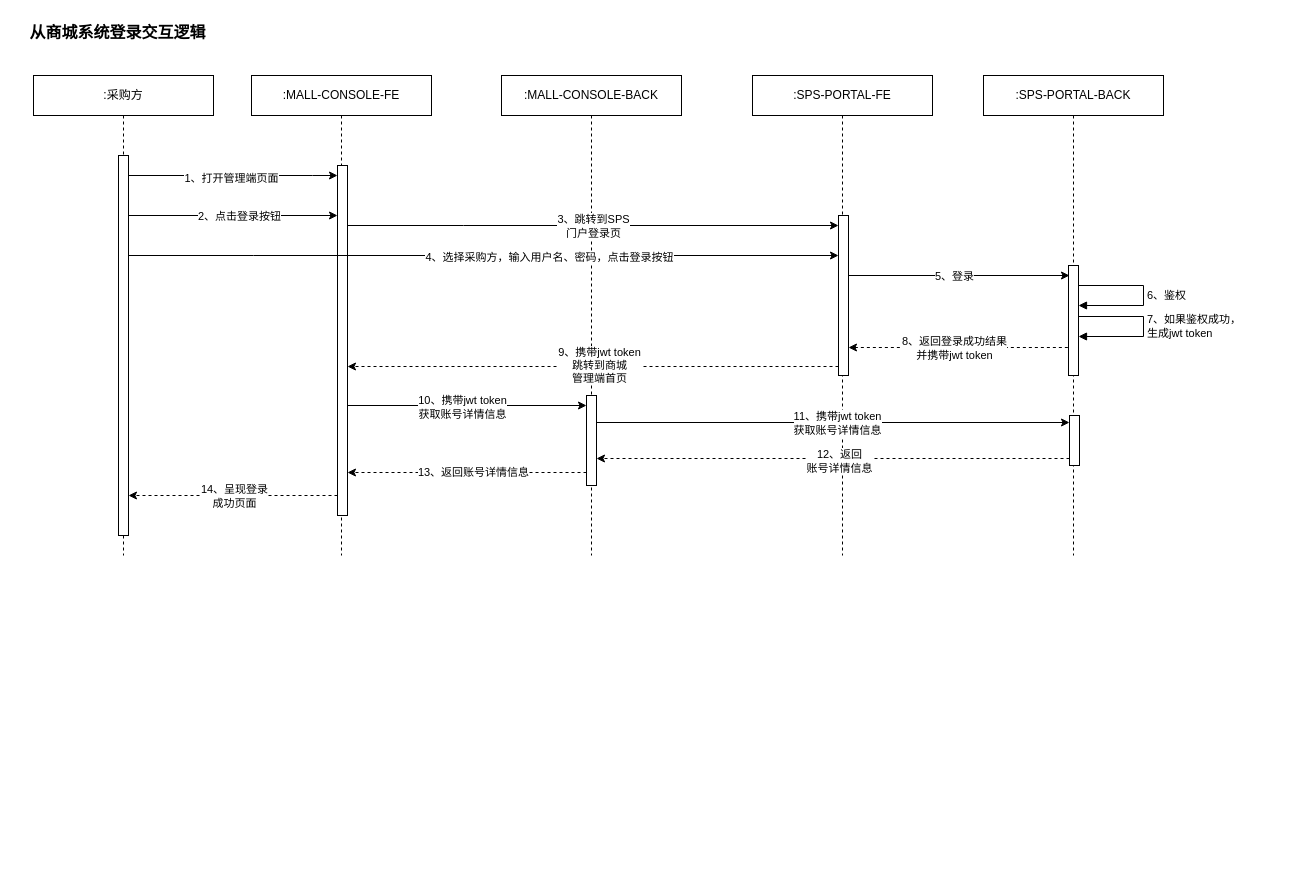
This is page "从商城系统登录交互逻辑" (2 of 2) of src/main/work/ncs/sunshine/20230518145410.drawio from ab-doc/draw.io, a draw.io file, before an edit. Source tidied: cells renumbered, new cells numbered last; positions are measured from the earlier drawing's top-left corner, leaving out a move shared by most shapes. Both pictures are drawn from the tidied source at 100%, with x=0, y=0 at pixel (17, 17).
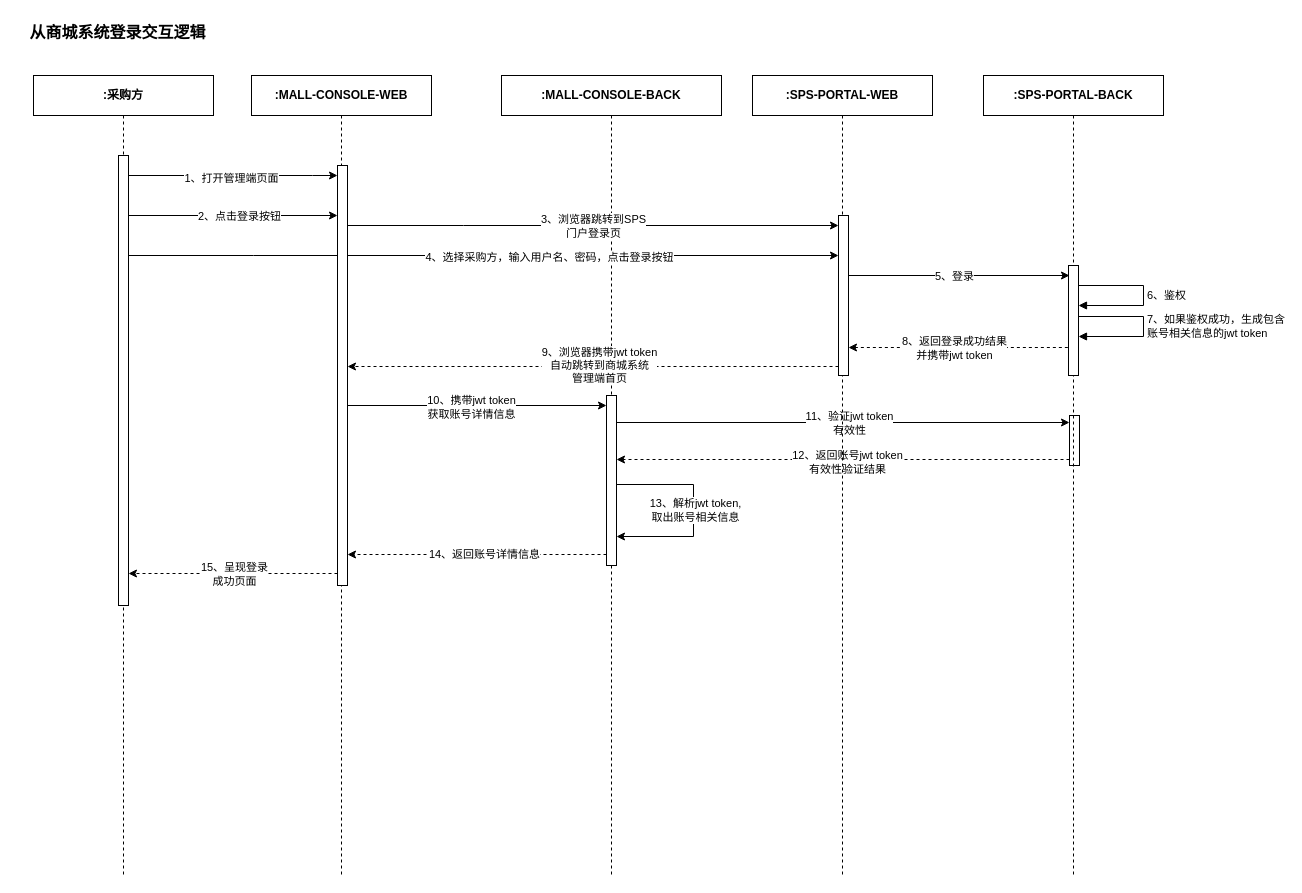
The same page after the edit.

The change refers to these unchanged cells:
```xml
<mxCell id="3" style="html=1;points=[];perimeter=orthogonalPerimeter;outlineConnect=0;targetShapes=umlLifeline;portConstraint=eastwest;newEdgeStyle={&quot;edgeStyle&quot;:&quot;elbowEdgeStyle&quot;,&quot;elbow&quot;:&quot;vertical&quot;,&quot;curved&quot;:0,&quot;rounded&quot;:0};" parent="2" vertex="1">
  <mxGeometry x="86" y="140" width="10" height="160" as="geometry" />
</mxCell>
<mxCell id="19" style="edgeStyle=elbowEdgeStyle;rounded=0;jettySize=auto;html=1;elbow=vertical;curved=0;" parent="1" edge="1" source="24" target="3">
  <mxGeometry relative="1" as="geometry">
    <Array as="points">
      <mxPoint x="446" y="208" />
    </Array>
  </mxGeometry>
</mxCell>
<mxCell id="33" style="edgeStyle=elbowEdgeStyle;rounded=0;orthogonalLoop=1;jettySize=auto;html=1;elbow=vertical;curved=0;dashed=1;" parent="1" edge="1">
  <mxGeometry relative="1" as="geometry">
    <mxPoint x="821" y="349" as="sourcePoint" />
    <mxPoint x="330" y="349" as="targetPoint" />
    <Array as="points">
      <mxPoint x="446" y="349" />
    </Array>
  </mxGeometry>
</mxCell>
```

Diff of the diagram source:
```diff
@@
+    <mxCell id="8" value="&lt;b&gt;:MALL-CONSOLE-BACK&lt;/b&gt;" style="shape=umlLifeline;perimeter=lifelinePerimeter;whiteSpace=wrap;html=1;newEdgeStyle={&quot;edgeStyle&quot;:&quot;elbowEdgeStyle&quot;,&quot;elbow&quot;:&quot;vertical&quot;,&quot;curved&quot;:0,&quot;rounded&quot;:0};" parent="1" vertex="1">
+      <mxGeometry x="484" y="58" width="220" height="800" as="geometry" />
+    </mxCell>
+    <mxCell id="40" style="edgeStyle=orthogonalEdgeStyle;rounded=0;orthogonalLoop=1;jettySize=auto;html=1;elbow=vertical;" parent="8" edge="1">
+      <mxGeometry relative="1" as="geometry">
+        <mxPoint x="115" y="428" as="sourcePoint" />
+        <mxPoint x="115" y="461" as="targetPoint" />
+        <Array as="points">
+          <mxPoint x="115" y="409" />
+          <mxPoint x="192" y="409" />
+          <mxPoint x="192" y="461" />
+        </Array>
+      </mxGeometry>
+    </mxCell>
+    <mxCell id="41" value="13、解析jwt token,&lt;br&gt;取出账号相关信息" style="edgeLabel;html=1;align=center;verticalAlign=middle;" parent="40" vertex="1">
+      <mxGeometry x="-0.11" y="1" relative="1" as="geometry">
+        <mxPoint y="21" as="offset" />
+      </mxGeometry>
+    </mxCell>
+    <mxCell id="9" style="html=1;points=[];perimeter=orthogonalPerimeter;outlineConnect=0;targetShapes=umlLifeline;portConstraint=eastwest;newEdgeStyle={&quot;edgeStyle&quot;:&quot;elbowEdgeStyle&quot;,&quot;elbow&quot;:&quot;vertical&quot;,&quot;curved&quot;:0,&quot;rounded&quot;:0};" parent="8" vertex="1">
+      <mxGeometry x="105" y="320" width="10" height="170" as="geometry" />
+    </mxCell>
+    <mxCell id="10" style="edgeStyle=elbowEdgeStyle;rounded=0;orthogonalLoop=1;jettySize=auto;html=1;elbow=vertical;curved=0;dashed=1;" parent="8" edge="1">
+      <mxGeometry relative="1" as="geometry">
+        <mxPoint x="568" y="384" as="sourcePoint" />
+        <mxPoint x="115" y="384" as="targetPoint" />
+      </mxGeometry>
+    </mxCell>
+    <mxCell id="11" value="12、返回账号jwt token&lt;br&gt;有效性验证结果" style="edgeLabel;html=1;align=center;verticalAlign=middle;" parent="10" vertex="1">
+      <mxGeometry x="-0.11" y="1" relative="1" as="geometry">
+        <mxPoint x="-21" y="1" as="offset" />
+      </mxGeometry>
+    </mxCell>
+    <mxCell id="12" style="edgeStyle=elbowEdgeStyle;rounded=0;jettySize=auto;html=1;elbow=vertical;curved=0;" parent="8" edge="1" source="9">
+      <mxGeometry relative="1" as="geometry">
+        <mxPoint x="568" y="347" as="targetPoint" />
+      </mxGeometry>
+    </mxCell>
+    <mxCell id="13" value="11、验证jwt token&lt;br&gt;有效性" style="edgeLabel;html=1;align=center;verticalAlign=middle;" parent="12" vertex="1">
+      <mxGeometry x="-0.11" y="1" relative="1" as="geometry">
+        <mxPoint x="30" y="1" as="offset" />
+      </mxGeometry>
+    </mxCell>
+    <mxCell id="14" style="html=1;points=[];perimeter=orthogonalPerimeter;outlineConnect=0;targetShapes=umlLifeline;portConstraint=eastwest;newEdgeStyle={&quot;edgeStyle&quot;:&quot;elbowEdgeStyle&quot;,&quot;elbow&quot;:&quot;vertical&quot;,&quot;curved&quot;:0,&quot;rounded&quot;:0};" parent="8" vertex="1">
+      <mxGeometry x="568" y="340" width="10" height="50" as="geometry" />
+    </mxCell>
+    <mxCell id="29" style="edgeStyle=elbowEdgeStyle;rounded=0;jettySize=auto;html=1;elbow=vertical;curved=0;" parent="1" edge="1" source="18" target="3">
+      <mxGeometry relative="1" as="geometry">
+        <Array as="points">
+          <mxPoint x="236" y="238" />
+        </Array>
+      </mxGeometry>
+    </mxCell>
+    <mxCell id="30" value="4、选择采购方，输入用户名、密码，点击登录按钮" style="edgeLabel;html=1;align=center;verticalAlign=middle;" parent="29" vertex="1">
+      <mxGeometry x="-0.07" y="-1" relative="1" as="geometry">
+        <mxPoint x="90" as="offset" />
+      </mxGeometry>
+    </mxCell>
-    <mxCell id="2" value=":SPS-PORTAL-FE" style="shape=umlLifeline;perimeter=lifelinePerimeter;whiteSpace=wrap;html=1;newEdgeStyle={&quot;edgeStyle&quot;:&quot;elbowEdgeStyle&quot;,&quot;elbow&quot;:&quot;vertical&quot;,&quot;curved&quot;:0,&quot;rounded&quot;:0};" parent="1" vertex="1">
-      <mxGeometry x="735" y="58" width="180" height="480" as="geometry" />
+    <mxCell id="2" value="&lt;b&gt;:SPS-PORTAL-WEB&lt;/b&gt;" style="shape=umlLifeline;perimeter=lifelinePerimeter;whiteSpace=wrap;html=1;newEdgeStyle={&quot;edgeStyle&quot;:&quot;elbowEdgeStyle&quot;,&quot;elbow&quot;:&quot;vertical&quot;,&quot;curved&quot;:0,&quot;rounded&quot;:0};" parent="1" vertex="1">
+      <mxGeometry x="735" y="58" width="180" height="800" as="geometry" />
     </mxCell>
@@
-    <mxCell id="4" value=":SPS-PORTAL-BACK" style="shape=umlLifeline;perimeter=lifelinePerimeter;whiteSpace=wrap;html=1;newEdgeStyle={&quot;edgeStyle&quot;:&quot;elbowEdgeStyle&quot;,&quot;elbow&quot;:&quot;vertical&quot;,&quot;curved&quot;:0,&quot;rounded&quot;:0};" parent="1" vertex="1">
-      <mxGeometry x="966" y="58" width="180" height="480" as="geometry" />
+    <mxCell id="4" value="&lt;b&gt;:SPS-PORTAL-BACK&lt;/b&gt;" style="shape=umlLifeline;perimeter=lifelinePerimeter;whiteSpace=wrap;html=1;newEdgeStyle={&quot;edgeStyle&quot;:&quot;elbowEdgeStyle&quot;,&quot;elbow&quot;:&quot;vertical&quot;,&quot;curved&quot;:0,&quot;rounded&quot;:0};" parent="1" vertex="1">
+      <mxGeometry x="966" y="58" width="180" height="800" as="geometry" />
     </mxCell>
@@
-    <mxCell id="7" value="7、如果鉴权成功，&lt;br&gt;生成jwt token" style="html=1;align=left;spacingLeft=2;endArrow=block;rounded=0;edgeStyle=orthogonalEdgeStyle;curved=0;rounded=0;" parent="4" edge="1">
+    <mxCell id="7" value="7、如果鉴权成功，生成包含&lt;br&gt;账号相关信息的jwt token" style="html=1;align=left;spacingLeft=2;endArrow=block;rounded=0;edgeStyle=orthogonalEdgeStyle;curved=0;rounded=0;" parent="4" edge="1">
       <mxGeometry relative="1" as="geometry">
         <mxPoint x="95" y="241" as="sourcePoint" />
         <mxPoint x="95" y="261" as="targetPoint" />
         <Array as="points">
           <mxPoint x="160" y="241" />
           <mxPoint x="160" y="261" />
         </Array>
       </mxGeometry>
     </mxCell>
-    <mxCell id="8" value=":MALL-CONSOLE-BACK" style="shape=umlLifeline;perimeter=lifelinePerimeter;whiteSpace=wrap;html=1;newEdgeStyle={&quot;edgeStyle&quot;:&quot;elbowEdgeStyle&quot;,&quot;elbow&quot;:&quot;vertical&quot;,&quot;curved&quot;:0,&quot;rounded&quot;:0};" parent="1" vertex="1">
-      <mxGeometry x="484" y="58" width="180" height="480" as="geometry" />
-    </mxCell>
-    <mxCell id="9" style="html=1;points=[];perimeter=orthogonalPerimeter;outlineConnect=0;targetShapes=umlLifeline;portConstraint=eastwest;newEdgeStyle={&quot;edgeStyle&quot;:&quot;elbowEdgeStyle&quot;,&quot;elbow&quot;:&quot;vertical&quot;,&quot;curved&quot;:0,&quot;rounded&quot;:0};" parent="8" vertex="1">
-      <mxGeometry x="85" y="320" width="10" height="90" as="geometry" />
-    </mxCell>
-    <mxCell id="10" style="edgeStyle=elbowEdgeStyle;rounded=0;jettySize=auto;html=1;elbow=vertical;curved=0;dashed=1;" parent="8" edge="1" source="14">
-      <mxGeometry relative="1" as="geometry">
-        <mxPoint x="95" y="383" as="targetPoint" />
-      </mxGeometry>
-    </mxCell>
-    <mxCell id="11" value="12、返回&lt;br&gt;账号详情信息" style="edgeLabel;html=1;align=center;verticalAlign=middle;" parent="10" vertex="1">
-      <mxGeometry x="-0.11" y="1" relative="1" as="geometry">
-        <mxPoint x="-21" y="1" as="offset" />
-      </mxGeometry>
-    </mxCell>
-    <mxCell id="12" style="edgeStyle=elbowEdgeStyle;rounded=0;orthogonalLoop=1;jettySize=auto;html=1;elbow=vertical;curved=0;" parent="8" edge="1">
-      <mxGeometry relative="1" as="geometry">
-        <mxPoint x="95" y="347" as="sourcePoint" />
-        <mxPoint x="568" y="347" as="targetPoint" />
-      </mxGeometry>
-    </mxCell>
-    <mxCell id="13" value="11、携带jwt token&lt;br&gt;获取账号详情信息" style="edgeLabel;html=1;align=center;verticalAlign=middle;" parent="12" vertex="1">
-      <mxGeometry x="-0.11" y="1" relative="1" as="geometry">
-        <mxPoint x="30" y="1" as="offset" />
-      </mxGeometry>
-    </mxCell>
-    <mxCell id="14" style="html=1;points=[];perimeter=orthogonalPerimeter;outlineConnect=0;targetShapes=umlLifeline;portConstraint=eastwest;newEdgeStyle={&quot;edgeStyle&quot;:&quot;elbowEdgeStyle&quot;,&quot;elbow&quot;:&quot;vertical&quot;,&quot;curved&quot;:0,&quot;rounded&quot;:0};" parent="8" vertex="1">
-      <mxGeometry x="568" y="340" width="10" height="50" as="geometry" />
-    </mxCell>
@@
-    <mxCell id="17" value=":采购方" style="shape=umlLifeline;perimeter=lifelinePerimeter;whiteSpace=wrap;html=1;newEdgeStyle={&quot;edgeStyle&quot;:&quot;elbowEdgeStyle&quot;,&quot;elbow&quot;:&quot;vertical&quot;,&quot;curved&quot;:0,&quot;rounded&quot;:0};" parent="1" vertex="1">
-      <mxGeometry x="16" y="58" width="180" height="480" as="geometry" />
+    <mxCell id="17" value="&lt;b&gt;:采购方&lt;/b&gt;" style="shape=umlLifeline;perimeter=lifelinePerimeter;whiteSpace=wrap;html=1;newEdgeStyle={&quot;edgeStyle&quot;:&quot;elbowEdgeStyle&quot;,&quot;elbow&quot;:&quot;vertical&quot;,&quot;curved&quot;:0,&quot;rounded&quot;:0};" parent="1" vertex="1">
+      <mxGeometry x="16" y="58" width="180" height="800" as="geometry" />
     </mxCell>
     <mxCell id="18" style="html=1;points=[];perimeter=orthogonalPerimeter;outlineConnect=0;targetShapes=umlLifeline;portConstraint=eastwest;newEdgeStyle={&quot;edgeStyle&quot;:&quot;elbowEdgeStyle&quot;,&quot;elbow&quot;:&quot;vertical&quot;,&quot;curved&quot;:0,&quot;rounded&quot;:0};" parent="17" vertex="1">
-      <mxGeometry x="85" y="80" width="10" height="380" as="geometry" />
+      <mxGeometry x="85" y="80" width="10" height="450" as="geometry" />
     </mxCell>
@@
-    <mxCell id="20" value="3、跳转到SPS&lt;br&gt;门户登录页" style="edgeLabel;html=1;align=center;verticalAlign=middle;" parent="19" vertex="1">
+    <mxCell id="20" value="3、浏览器跳转到SPS&lt;br&gt;门户登录页" style="edgeLabel;html=1;align=center;verticalAlign=middle;" parent="19" vertex="1">
       <mxGeometry x="-0.12" relative="1" as="geometry">
         <mxPoint x="29" as="offset" />
       </mxGeometry>
     </mxCell>
@@
-    <mxCell id="23" value=":MALL-CONSOLE-FE" style="shape=umlLifeline;perimeter=lifelinePerimeter;whiteSpace=wrap;html=1;newEdgeStyle={&quot;edgeStyle&quot;:&quot;elbowEdgeStyle&quot;,&quot;elbow&quot;:&quot;vertical&quot;,&quot;curved&quot;:0,&quot;rounded&quot;:0};" parent="1" vertex="1">
-      <mxGeometry x="234" y="58" width="180" height="480" as="geometry" />
+    <mxCell id="23" value="&lt;b&gt;:MALL-CONSOLE-WEB&lt;/b&gt;" style="shape=umlLifeline;perimeter=lifelinePerimeter;whiteSpace=wrap;html=1;newEdgeStyle={&quot;edgeStyle&quot;:&quot;elbowEdgeStyle&quot;,&quot;elbow&quot;:&quot;vertical&quot;,&quot;curved&quot;:0,&quot;rounded&quot;:0};" parent="1" vertex="1">
+      <mxGeometry x="234" y="58" width="180" height="800" as="geometry" />
     </mxCell>
     <mxCell id="24" style="html=1;points=[];perimeter=orthogonalPerimeter;outlineConnect=0;targetShapes=umlLifeline;portConstraint=eastwest;newEdgeStyle={&quot;edgeStyle&quot;:&quot;elbowEdgeStyle&quot;,&quot;elbow&quot;:&quot;vertical&quot;,&quot;curved&quot;:0,&quot;rounded&quot;:0};" parent="23" vertex="1">
-      <mxGeometry x="86" y="90" width="10" height="350" as="geometry" />
+      <mxGeometry x="86" y="90" width="10" height="420" as="geometry" />
     </mxCell>
@@
-    <mxCell id="29" style="edgeStyle=elbowEdgeStyle;rounded=0;jettySize=auto;html=1;elbow=vertical;curved=0;" parent="1" edge="1" source="18" target="3">
-      <mxGeometry relative="1" as="geometry">
-        <Array as="points">
-          <mxPoint x="236" y="238" />
-        </Array>
-      </mxGeometry>
-    </mxCell>
-    <mxCell id="30" value="4、选择采购方，输入用户名、密码，点击登录按钮" style="edgeLabel;html=1;align=center;verticalAlign=middle;" parent="29" vertex="1">
-      <mxGeometry x="-0.07" y="-1" relative="1" as="geometry">
-        <mxPoint x="90" as="offset" />
-      </mxGeometry>
-    </mxCell>
@@
-    <mxCell id="34" value="9、携带jwt token&lt;br style=&quot;border-color: var(--border-color);&quot;&gt;跳转到商城&lt;br style=&quot;border-color: var(--border-color);&quot;&gt;管理端首页" style="edgeLabel;html=1;align=center;verticalAlign=middle;" parent="33" vertex="1">
+    <mxCell id="34" value="9、浏览器携带jwt token&lt;br style=&quot;border-color: var(--border-color);&quot;&gt;自动跳转到商城系统&lt;br style=&quot;border-color: var(--border-color);&quot;&gt;管理端首页" style="edgeLabel;html=1;align=center;verticalAlign=middle;" parent="33" vertex="1">
       <mxGeometry x="-0.12" relative="1" as="geometry">
         <mxPoint x="-24" y="-2" as="offset" />
       </mxGeometry>
     </mxCell>
-    <mxCell id="35" style="edgeStyle=elbowEdgeStyle;rounded=0;jettySize=auto;html=1;elbow=vertical;curved=0;dashed=1;" parent="1" edge="1" source="9">
+    <mxCell id="35" style="edgeStyle=elbowEdgeStyle;rounded=0;orthogonalLoop=1;jettySize=auto;html=1;elbow=vertical;curved=0;dashed=1;" parent="1" edge="1">
       <mxGeometry relative="1" as="geometry">
-        <mxPoint x="330" y="455" as="targetPoint" />
+        <mxPoint x="589" y="537" as="sourcePoint" />
+        <mxPoint x="330" y="537" as="targetPoint" />
       </mxGeometry>
     </mxCell>
-    <mxCell id="36" value="13、返回账号详情信息" style="edgeLabel;html=1;align=center;verticalAlign=middle;" parent="35" vertex="1">
+    <mxCell id="36" value="14、返回账号详情信息" style="edgeLabel;html=1;align=center;verticalAlign=middle;" parent="35" vertex="1">
       <mxGeometry x="-0.05" y="-1" relative="1" as="geometry" />
     </mxCell>
     <mxCell id="37" style="edgeStyle=elbowEdgeStyle;rounded=0;orthogonalLoop=1;jettySize=auto;html=1;elbow=vertical;curved=0;dashed=1;" parent="1" edge="1">
       <mxGeometry relative="1" as="geometry">
-        <mxPoint x="320" y="478" as="sourcePoint" />
-        <mxPoint x="111" y="478" as="targetPoint" />
+        <mxPoint x="320" y="556" as="sourcePoint" />
+        <mxPoint x="111" y="556" as="targetPoint" />
       </mxGeometry>
     </mxCell>
-    <mxCell id="38" value="14、呈现登录&lt;br&gt;成功页面" style="edgeLabel;html=1;align=center;verticalAlign=middle;" parent="37" vertex="1">
+    <mxCell id="38" value="15、呈现登录&lt;br&gt;成功页面" style="edgeLabel;html=1;align=center;verticalAlign=middle;" parent="37" vertex="1">
       <mxGeometry x="0.12" relative="1" as="geometry">
         <mxPoint x="13" as="offset" />
       </mxGeometry>
     </mxCell>
```
